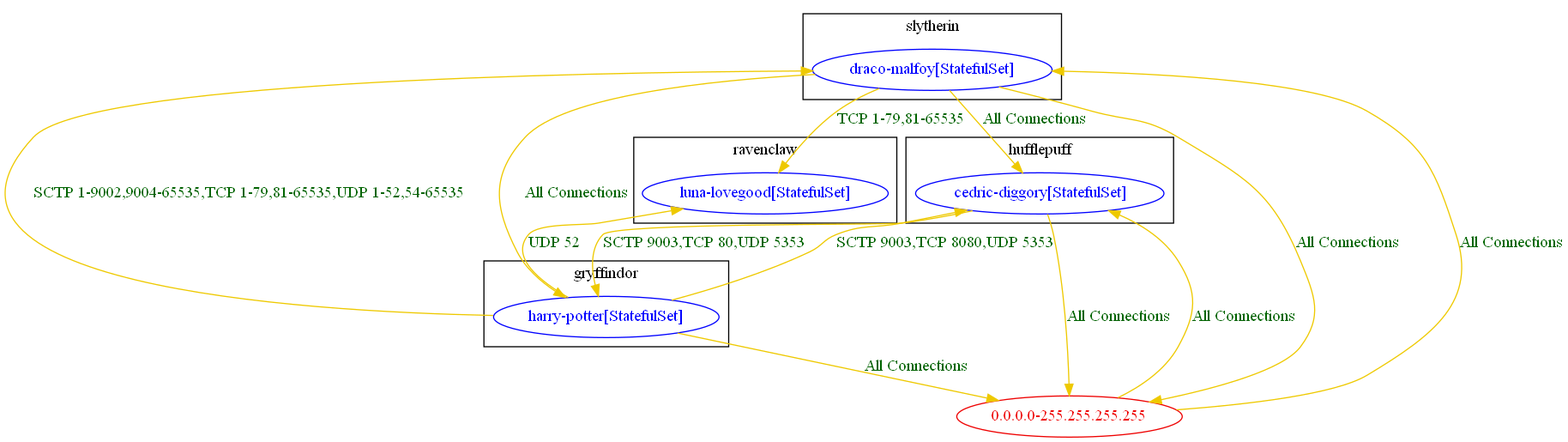
Earlier version of the Graphviz export test_outputs/connlist/anp_demo_connlist_output.dot.png (np-guard/netpol-analyzer). Its source is kept beside it as test_outputs/connlist/anp_demo_connlist_output.dot.
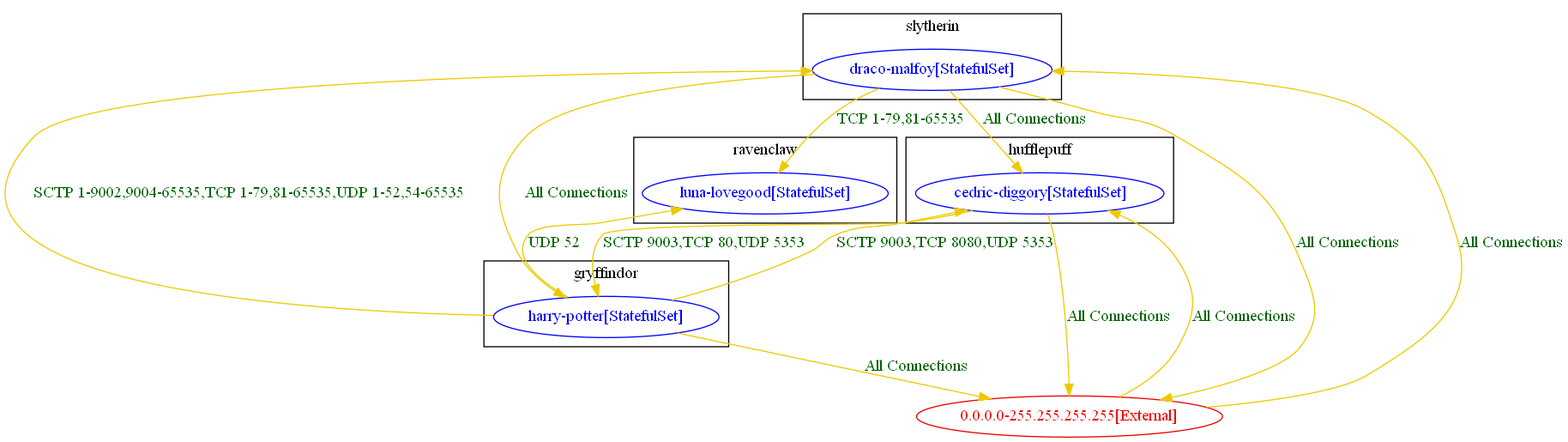
The same file after the commit.

Change to the diagram source:
```diff
@@ -23,16 +23,16 @@
 		"slytherin/draco-malfoy[StatefulSet]" [label="draco-malfoy[StatefulSet]" color="blue" fontcolor="blue"]
 		label="slytherin"
 	}
-	"0.0.0.0-255.255.255.255" [label="0.0.0.0-255.255.255.255" color="red2" fontcolor="red2"]
-	"0.0.0.0-255.255.255.255" -> "hufflepuff/cedric-diggory[StatefulSet]" [label="All Connections" color="gold2" fontcolor="darkgreen" weight=0.5]
-	"0.0.0.0-255.255.255.255" -> "slytherin/draco-malfoy[StatefulSet]" [label="All Connections" color="gold2" fontcolor="darkgreen" weight=0.5]
-	"gryffindor/harry-potter[StatefulSet]" -> "0.0.0.0-255.255.255.255" [label="All Connections" color="gold2" fontcolor="darkgreen" weight=1]
+	"0.0.0.0-255.255.255.255[External]" [label="0.0.0.0-255.255.255.255[External]" color="red2" fontcolor="red2"]
+	"0.0.0.0-255.255.255.255[External]" -> "hufflepuff/cedric-diggory[StatefulSet]" [label="All Connections" color="gold2" fontcolor="darkgreen" weight=0.5]
+	"0.0.0.0-255.255.255.255[External]" -> "slytherin/draco-malfoy[StatefulSet]" [label="All Connections" color="gold2" fontcolor="darkgreen" weight=0.5]
+	"gryffindor/harry-potter[StatefulSet]" -> "0.0.0.0-255.255.255.255[External]" [label="All Connections" color="gold2" fontcolor="darkgreen" weight=1]
 	"gryffindor/harry-potter[StatefulSet]" -> "hufflepuff/cedric-diggory[StatefulSet]" [label="SCTP 9003,TCP 8080,UDP 5353" color="gold2" fontcolor="darkgreen" weight=0.5]
 	"gryffindor/harry-potter[StatefulSet]" -> "ravenclaw/luna-lovegood[StatefulSet]" [label="UDP 52" color="gold2" fontcolor="darkgreen" weight=0.5]
 	"gryffindor/harry-potter[StatefulSet]" -> "slytherin/draco-malfoy[StatefulSet]" [label="SCTP 1-9002,9004-65535,TCP 1-79,81-65535,UDP 1-52,54-65535" color="gold2" fontcolor="darkgreen" weight=0.5]
-	"hufflepuff/cedric-diggory[StatefulSet]" -> "0.0.0.0-255.255.255.255" [label="All Connections" color="gold2" fontcolor="darkgreen" weight=1]
+	"hufflepuff/cedric-diggory[StatefulSet]" -> "0.0.0.0-255.255.255.255[External]" [label="All Connections" color="gold2" fontcolor="darkgreen" weight=1]
 	"hufflepuff/cedric-diggory[StatefulSet]" -> "gryffindor/harry-potter[StatefulSet]" [label="SCTP 9003,TCP 80,UDP 5353" color="gold2" fontcolor="darkgreen" weight=1]
-	"slytherin/draco-malfoy[StatefulSet]" -> "0.0.0.0-255.255.255.255" [label="All Connections" color="gold2" fontcolor="darkgreen" weight=1]
+	"slytherin/draco-malfoy[StatefulSet]" -> "0.0.0.0-255.255.255.255[External]" [label="All Connections" color="gold2" fontcolor="darkgreen" weight=1]
 	"slytherin/draco-malfoy[StatefulSet]" -> "gryffindor/harry-potter[StatefulSet]" [label="All Connections" color="gold2" fontcolor="darkgreen" weight=1]
 	"slytherin/draco-malfoy[StatefulSet]" -> "hufflepuff/cedric-diggory[StatefulSet]" [label="All Connections" color="gold2" fontcolor="darkgreen" weight=1]
 	"slytherin/draco-malfoy[StatefulSet]" -> "ravenclaw/luna-lovegood[StatefulSet]" [label="TCP 1-79,81-65535" color="gold2" fontcolor="darkgreen" weight=1]
```
